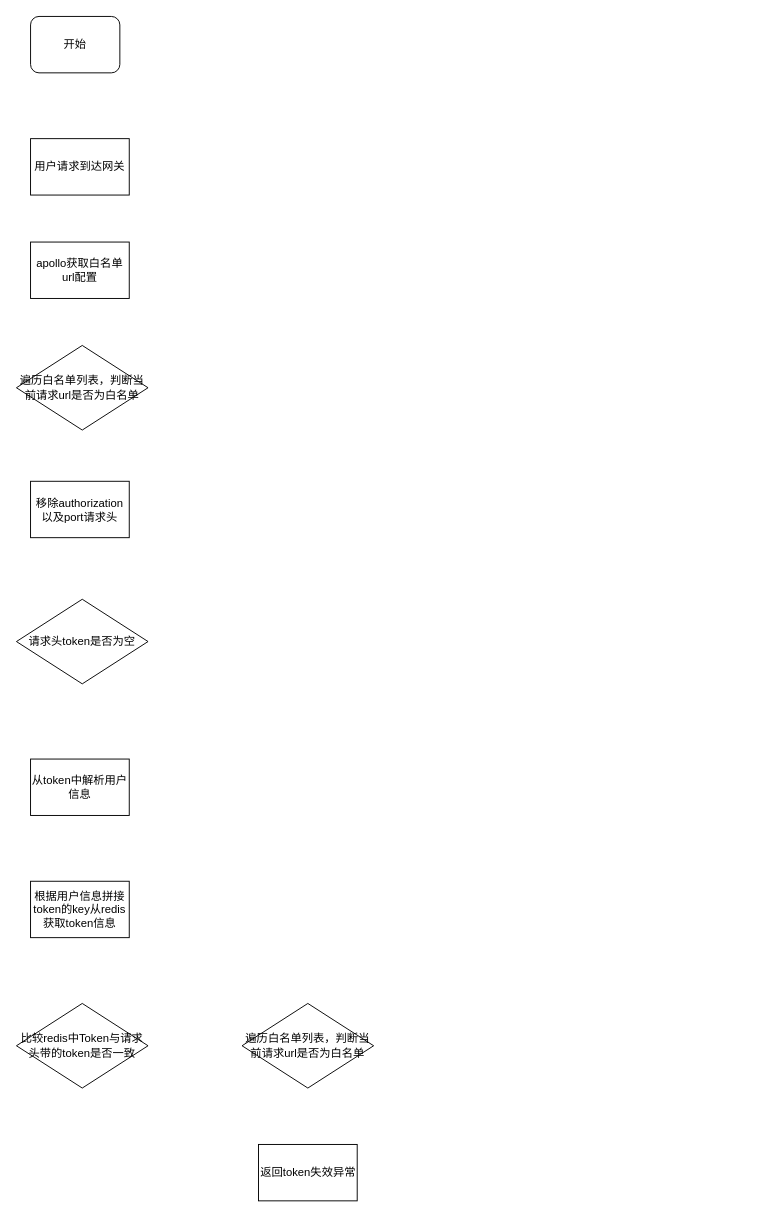
Above: drawio/nct_auth.drawio in hl3482477/BigDataLearnIng (draw.io), before the change. Source tidied: cells renumbered, new cells numbered last; positions are measured from the earlier drawing's top-left corner, leaving out a move shared by most shapes. Both pictures are drawn from the tidied source at 94%, with x=0, y=0 at pixel (16, 16).
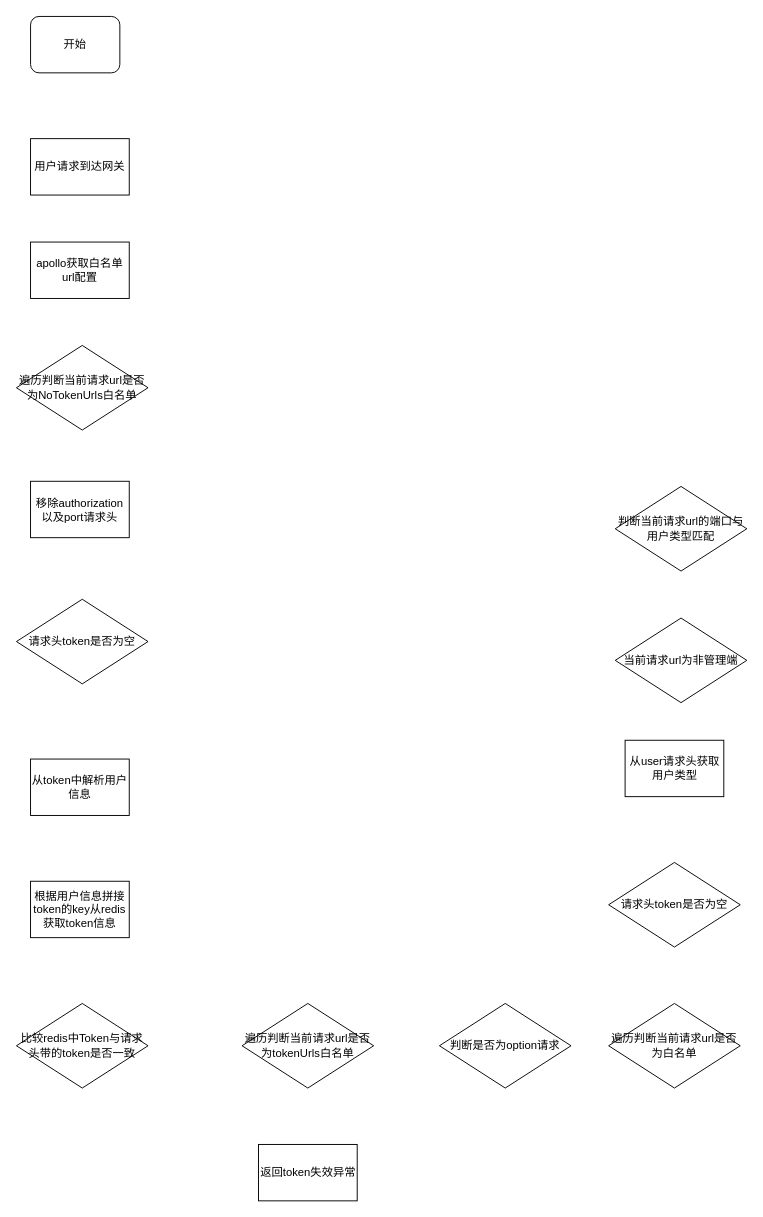
Above is the later version.

The edit, as a diff of the source:
```diff
@@
 <mxGraphModel>
   <root>
     <mxCell id="0" />
     <mxCell id="1" parent="0" />
     <mxCell id="2" value="开始" style="rounded=1;whiteSpace=wrap;html=1;" parent="1" vertex="1">
       <mxGeometry x="15" width="95" height="60" as="geometry" />
     </mxCell>
     <mxCell id="3" value="用户请求到达网关" style="rounded=0;whiteSpace=wrap;html=1;" parent="1" vertex="1">
       <mxGeometry x="15" y="130" width="105" height="60" as="geometry" />
     </mxCell>
     <mxCell id="4" value="apollo获取白名单url配置" style="rounded=0;whiteSpace=wrap;html=1;" parent="1" vertex="1">
       <mxGeometry x="15" y="240" width="105" height="60" as="geometry" />
     </mxCell>
-    <mxCell id="5" value="遍历白名单列表，判断当前请求url是否为白名单" style="rhombus;whiteSpace=wrap;html=1;" parent="1" vertex="1">
+    <mxCell id="5" value="遍历判断当前请求url是否为NoTokenUrls白名单" style="rhombus;whiteSpace=wrap;html=1;" parent="1" vertex="1">
       <mxGeometry y="350" width="140" height="90" as="geometry" />
     </mxCell>
     <mxCell id="6" value="移除authorization以及port请求头" style="rounded=0;whiteSpace=wrap;html=1;" parent="1" vertex="1">
       <mxGeometry x="15" y="494.5" width="105" height="60" as="geometry" />
     </mxCell>
     <mxCell id="7" value="请求头token是否为空" style="rhombus;whiteSpace=wrap;html=1;" parent="1" vertex="1">
       <mxGeometry y="620" width="140" height="90" as="geometry" />
     </mxCell>
     <mxCell id="8" value="从token中解析用户信息" style="rounded=0;whiteSpace=wrap;html=1;" parent="1" vertex="1">
       <mxGeometry x="15" y="790" width="105" height="60" as="geometry" />
     </mxCell>
     <mxCell id="9" value="根据用户信息拼接token的key从redis获取token信息" style="rounded=0;whiteSpace=wrap;html=1;" parent="1" vertex="1">
       <mxGeometry x="15" y="920" width="105" height="60" as="geometry" />
     </mxCell>
     <mxCell id="10" value="比较redis中Token与请求头带的token是否一致" style="rhombus;whiteSpace=wrap;html=1;" parent="1" vertex="1">
       <mxGeometry y="1050" width="140" height="90" as="geometry" />
     </mxCell>
-    <mxCell id="11" value="遍历白名单列表，判断当前请求url是否为白名单" style="rhombus;whiteSpace=wrap;html=1;" parent="1" vertex="1">
+    <mxCell id="11" value="遍历判断当前请求url是否为tokenUrls白名单" style="rhombus;whiteSpace=wrap;html=1;" parent="1" vertex="1">
       <mxGeometry x="240" y="1050" width="140" height="90" as="geometry" />
     </mxCell>
     <mxCell id="12" value="返回token失效异常" style="rounded=0;whiteSpace=wrap;html=1;" parent="1" vertex="1">
       <mxGeometry x="257.5" y="1200" width="105" height="60" as="geometry" />
     </mxCell>
+    <mxCell id="13" value="判断是否为option请求" style="rhombus;whiteSpace=wrap;html=1;" parent="1" vertex="1">
+      <mxGeometry x="450" y="1050" width="140" height="90" as="geometry" />
+    </mxCell>
+    <mxCell id="14" value="遍历判断当前请求url是否为白名单" style="rhombus;whiteSpace=wrap;html=1;" parent="1" vertex="1">
+      <mxGeometry x="630" y="1050" width="140" height="90" as="geometry" />
+    </mxCell>
+    <mxCell id="15" value="请求头token是否为空" style="rhombus;whiteSpace=wrap;html=1;" parent="1" vertex="1">
+      <mxGeometry x="630" y="900" width="140" height="90" as="geometry" />
+    </mxCell>
+    <mxCell id="16" value="当前请求url为非管理端" style="rhombus;whiteSpace=wrap;html=1;" parent="1" vertex="1">
+      <mxGeometry x="637" y="640" width="140" height="90" as="geometry" />
+    </mxCell>
+    <mxCell id="17" value="从user请求头获取用户类型" style="rounded=0;whiteSpace=wrap;html=1;" parent="1" vertex="1">
+      <mxGeometry x="647.5" y="770" width="105" height="60" as="geometry" />
+    </mxCell>
+    <mxCell id="18" value="判断当前请求url的端口与用户类型匹配" style="rhombus;whiteSpace=wrap;html=1;" parent="1" vertex="1">
+      <mxGeometry x="637" y="500" width="140" height="90" as="geometry" />
+    </mxCell>
   </root>
 </mxGraphModel>
```
